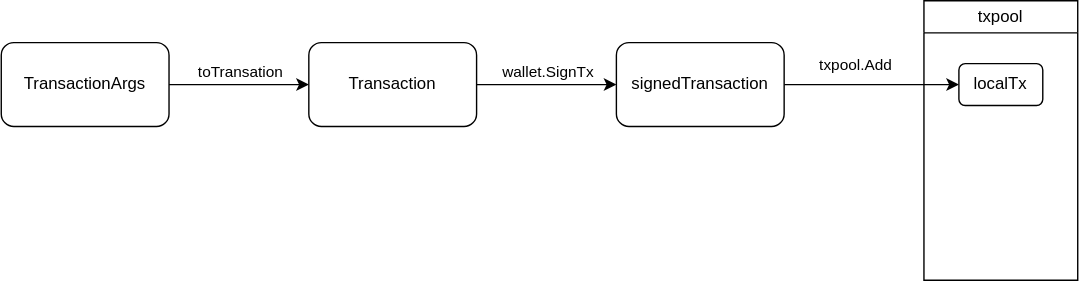
Above: content/posts/geth-code/ch60-01-transaction/images/send_transaction.drawio.svg in phenix3443/blog (draw.io), before the change. Source tidied: cells renumbered, new cells last; positions are measured from the earlier drawing's top-left corner, leaving out a move shared by most shapes.
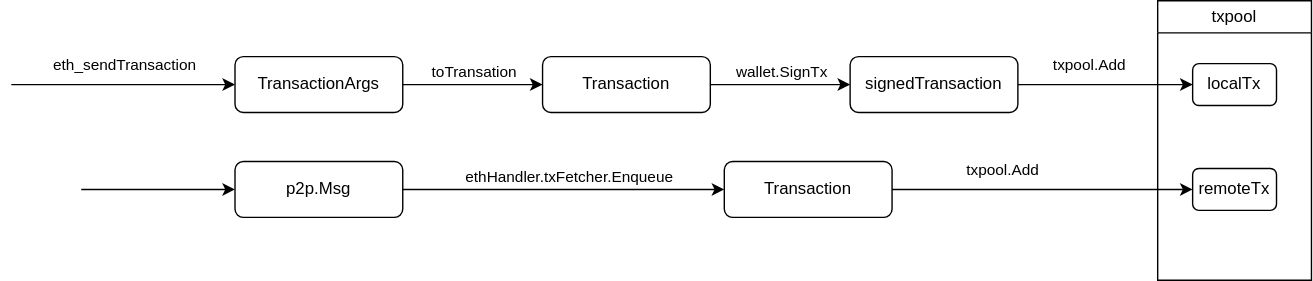
Later version of the same file.

Diff of the diagram source:
```diff
@@ -10,8 +10,18 @@
         <mxPoint x="12" y="-9" as="offset" />
       </mxGeometry>
     </mxCell>
+    <mxCell id="13" style="edgeStyle=none;html=1;exitX=0;exitY=0.5;exitDx=0;exitDy=0;endArrow=none;endFill=0;startArrow=classic;startFill=1;" parent="1" edge="1" source="4">
+      <mxGeometry relative="1" as="geometry">
+        <mxPoint x="-160" y="50" as="targetPoint" />
+      </mxGeometry>
+    </mxCell>
+    <mxCell id="14" value="eth_sendTransaction" style="edgeLabel;html=1;align=center;verticalAlign=middle;" parent="13" vertex="1">
+      <mxGeometry x="0.32" relative="1" as="geometry">
+        <mxPoint x="26" y="-15" as="offset" />
+      </mxGeometry>
+    </mxCell>
     <mxCell id="4" value="TransactionArgs" style="rounded=1;whiteSpace=wrap;html=1;" parent="1" vertex="1">
-      <mxGeometry y="30" width="120" height="60" as="geometry" />
+      <mxGeometry y="30" width="120" height="40" as="geometry" />
     </mxCell>
     <mxCell id="5" style="edgeStyle=none;html=1;" parent="1" edge="1" source="7" target="10">
       <mxGeometry relative="1" as="geometry" />
@@ -22,7 +32,7 @@
       </mxGeometry>
     </mxCell>
     <mxCell id="7" value="Transaction" style="whiteSpace=wrap;html=1;rounded=1;" parent="1" vertex="1">
-      <mxGeometry x="220" y="30" width="120" height="60" as="geometry" />
+      <mxGeometry x="220" y="30" width="120" height="40" as="geometry" />
     </mxCell>
     <mxCell id="8" style="edgeStyle=none;html=1;" parent="1" edge="1" source="10" target="12">
       <mxGeometry relative="1" as="geometry" />
@@ -33,13 +43,43 @@
       </mxGeometry>
     </mxCell>
     <mxCell id="10" value="signedTransaction" style="whiteSpace=wrap;html=1;rounded=1;" parent="1" vertex="1">
-      <mxGeometry x="440" y="30" width="120" height="60" as="geometry" />
+      <mxGeometry x="440" y="30" width="120" height="40" as="geometry" />
     </mxCell>
     <mxCell id="11" value="txpool" style="swimlane;whiteSpace=wrap;html=1;fontStyle=0;" parent="1" vertex="1">
-      <mxGeometry x="660" width="110" height="200" as="geometry" />
+      <mxGeometry x="660" y="-10" width="110" height="200" as="geometry" />
     </mxCell>
     <mxCell id="12" value="localTx" style="whiteSpace=wrap;html=1;rounded=1;" parent="11" vertex="1">
       <mxGeometry x="25" y="45" width="60" height="30" as="geometry" />
     </mxCell>
+    <mxCell id="15" value="remoteTx" style="whiteSpace=wrap;html=1;rounded=1;" parent="11" vertex="1">
+      <mxGeometry x="25" y="120" width="60" height="30" as="geometry" />
+    </mxCell>
+    <mxCell id="16" style="edgeStyle=none;html=1;startArrow=classic;startFill=1;endArrow=none;endFill=0;" parent="1" edge="1" source="19">
+      <mxGeometry relative="1" as="geometry">
+        <mxPoint x="-110" y="125" as="targetPoint" />
+      </mxGeometry>
+    </mxCell>
+    <mxCell id="17" style="edgeStyle=none;html=1;exitX=1;exitY=0.5;exitDx=0;exitDy=0;startArrow=none;startFill=0;endArrow=classic;endFill=1;" parent="1" edge="1" source="19" target="20">
+      <mxGeometry relative="1" as="geometry" />
+    </mxCell>
+    <mxCell id="18" value="ethHandler.txFetcher.Enqueue" style="edgeLabel;html=1;align=center;verticalAlign=middle;" parent="17" vertex="1">
+      <mxGeometry x="0.11" y="1" relative="1" as="geometry">
+        <mxPoint x="-10" y="-9" as="offset" />
+      </mxGeometry>
+    </mxCell>
+    <mxCell id="19" value="p2p.Msg" style="rounded=1;whiteSpace=wrap;html=1;" parent="1" vertex="1">
+      <mxGeometry y="105" width="120" height="40" as="geometry" />
+    </mxCell>
+    <mxCell id="20" value="Transaction" style="whiteSpace=wrap;html=1;rounded=1;" parent="1" vertex="1">
+      <mxGeometry x="350" y="105" width="120" height="40" as="geometry" />
+    </mxCell>
+    <mxCell id="21" style="edgeStyle=none;html=1;entryX=0;entryY=0.5;entryDx=0;entryDy=0;" parent="1" edge="1" source="20" target="15">
+      <mxGeometry relative="1" as="geometry" />
+    </mxCell>
+    <mxCell id="22" value="txpool.Add" style="edgeLabel;html=1;align=center;verticalAlign=middle;" parent="21" vertex="1">
+      <mxGeometry x="-0.39" y="4" relative="1" as="geometry">
+        <mxPoint x="12" y="-11" as="offset" />
+      </mxGeometry>
+    </mxCell>
   </root>
 </mxGraphModel>
```
